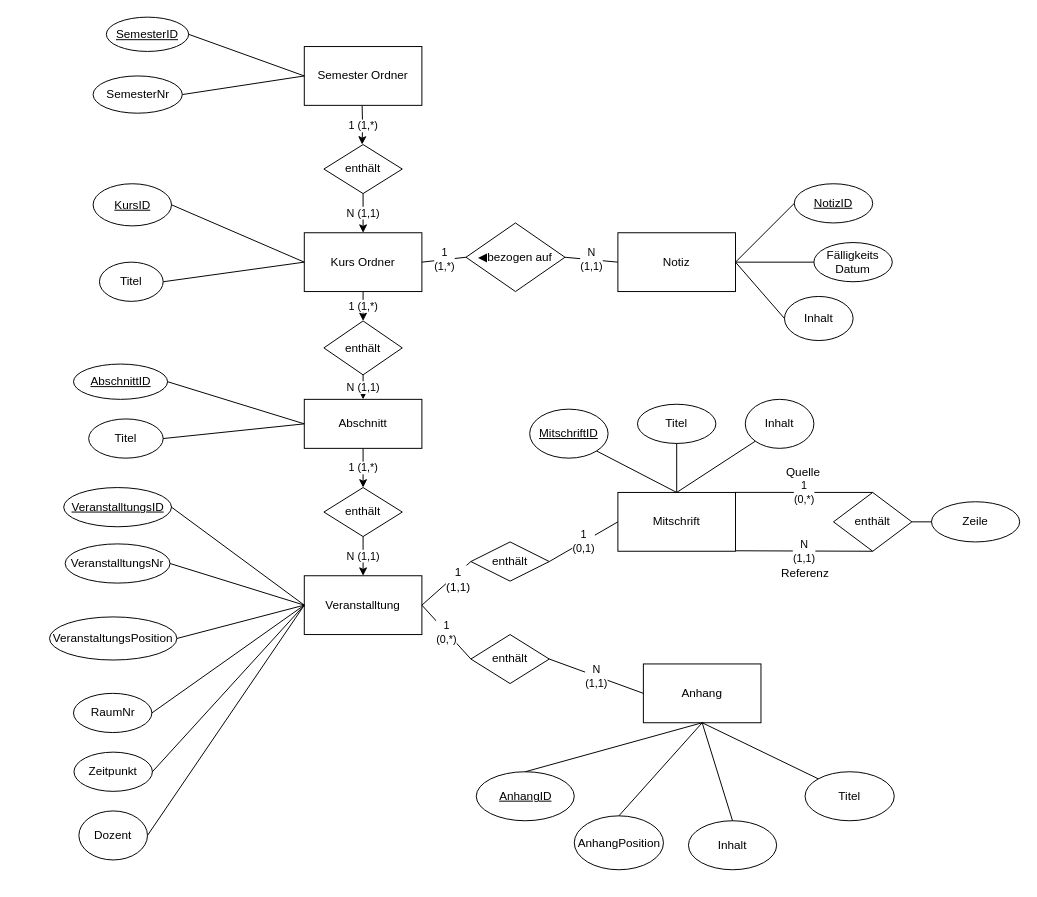
Earlier version of the draw.io diagram todayERD.drawio (jdsee/today). Source tidied: cells renumbered, new cells numbered last; positions are measured from the earlier drawing's top-left corner, leaving out a move shared by most shapes. Both pictures are drawn from the tidied source at 98%, with x=0, y=0 at pixel (49, 17).
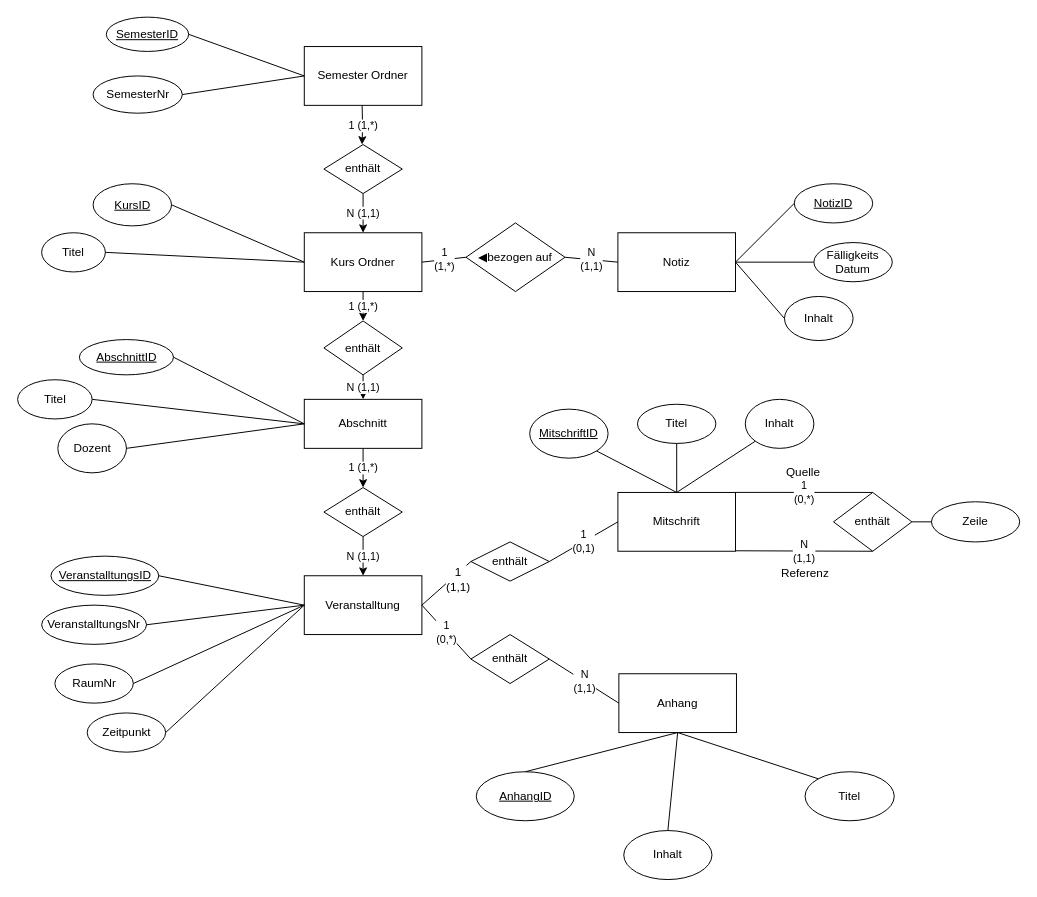
Above is the later version.

Unchanged cells that the change refers to:
```xml
<mxCell id="9" value="Abschnitt" style="rounded=0;whiteSpace=wrap;html=1;" parent="1" vertex="1">
  <mxGeometry x="260" y="390" width="120" height="50" as="geometry" />
</mxCell>
<mxCell id="13" value="Veranstalltung" style="rounded=0;whiteSpace=wrap;html=1;" parent="1" vertex="1">
  <mxGeometry x="260" y="570" width="120" height="60" as="geometry" />
</mxCell>
```

The edit, as a diff of the source:
```diff
@@
     <mxCell id="14" value="Anhang" style="rounded=0;whiteSpace=wrap;html=1;" parent="1" vertex="1">
-      <mxGeometry x="606" y="660" width="120" height="60" as="geometry" />
+      <mxGeometry x="581" y="670" width="120" height="60" as="geometry" />
     </mxCell>
@@
     <mxCell id="18" value="RaumNr" style="ellipse;whiteSpace=wrap;html=1;" parent="1" vertex="1">
-      <mxGeometry x="24.5" y="690" width="80" height="40" as="geometry" />
+      <mxGeometry x="5.5" y="660" width="80" height="40" as="geometry" />
     </mxCell>
@@
     <mxCell id="20" value="Zeitpunkt" style="ellipse;whiteSpace=wrap;html=1;" parent="1" vertex="1">
-      <mxGeometry x="25" y="750" width="80" height="40" as="geometry" />
+      <mxGeometry x="38.5" y="710" width="80" height="40" as="geometry" />
     </mxCell>
@@
     <mxCell id="22" value="Dozent" style="ellipse;whiteSpace=wrap;html=1;" parent="1" vertex="1">
-      <mxGeometry x="30" y="810" width="70" height="50" as="geometry" />
+      <mxGeometry x="8.5" y="415" width="70" height="50" as="geometry" />
     </mxCell>
-    <mxCell id="23" style="endArrow=none;html=1;exitX=1;exitY=0.5;exitDx=0;exitDy=0;entryX=0;entryY=0.5;entryDx=0;entryDy=0;" parent="1" edge="1" source="22" target="13">
+    <mxCell id="23" style="endArrow=none;html=1;exitX=1;exitY=0.5;exitDx=0;exitDy=0;entryX=0;entryY=0.5;entryDx=0;entryDy=0;" parent="1" edge="1" source="22" target="9">
       <mxGeometry relative="1" as="geometry" />
     </mxCell>
     <mxCell id="24" value="&lt;u&gt;VeranstalltungsID&lt;/u&gt;" style="ellipse;whiteSpace=wrap;html=1;" parent="1" vertex="1">
-      <mxGeometry x="14.5" y="480" width="110" height="40" as="geometry" />
+      <mxGeometry x="1.5" y="550" width="110" height="40" as="geometry" />
     </mxCell>
@@
     <mxCell id="28" value="Titel" style="ellipse;whiteSpace=wrap;html=1;" parent="1" vertex="1">
-      <mxGeometry x="51" y="250" width="65" height="40" as="geometry" />
+      <mxGeometry x="-8" y="220" width="65" height="40" as="geometry" />
     </mxCell>
@@
     <mxCell id="57" value="Inhalt" style="ellipse;whiteSpace=wrap;html=1;" parent="1" vertex="1">
-      <mxGeometry x="652" y="820" width="90" height="50" as="geometry" />
+      <mxGeometry x="586" y="830" width="90" height="50" as="geometry" />
     </mxCell>
@@
     <mxCell id="65" value="Titel" style="ellipse;whiteSpace=wrap;html=1;" parent="1" vertex="1">
-      <mxGeometry x="40" y="410" width="76" height="40" as="geometry" />
+      <mxGeometry x="-32.5" y="370" width="76" height="40" as="geometry" />
     </mxCell>
     <mxCell id="66" value="&lt;u&gt;AbschnittID&lt;/u&gt;" style="ellipse;whiteSpace=wrap;html=1;" parent="1" vertex="1">
-      <mxGeometry x="24.5" y="354" width="96" height="36" as="geometry" />
+      <mxGeometry x="30.5" y="329" width="96" height="36" as="geometry" />
     </mxCell>
@@
     <mxCell id="71" value="VeranstalltungsNr" style="ellipse;whiteSpace=wrap;html=1;" parent="1" vertex="1">
-      <mxGeometry x="16" y="537.5" width="107" height="40" as="geometry" />
+      <mxGeometry x="-8" y="600" width="107" height="40" as="geometry" />
     </mxCell>
@@
-    <mxCell id="73" value="AnhangPosition" style="ellipse;whiteSpace=wrap;html=1;" parent="1" vertex="1">
-      <mxGeometry x="535.5" y="815" width="91" height="55" as="geometry" />
-    </mxCell>
-    <mxCell id="74" style="endArrow=none;html=1;exitX=0.5;exitY=1;exitDx=0;exitDy=0;entryX=0.5;entryY=0;entryDx=0;entryDy=0;" parent="1" edge="1" source="14" target="73">
-      <mxGeometry relative="1" as="geometry" />
-    </mxCell>
@@
-    <mxCell id="77" value="VeranstaltungsPosition" style="ellipse;whiteSpace=wrap;html=1;" parent="1" vertex="1">
-      <mxGeometry y="612" width="130" height="44" as="geometry" />
-    </mxCell>
-    <mxCell id="78" style="endArrow=none;html=1;entryX=0;entryY=0.5;entryDx=0;entryDy=0;exitX=1;exitY=0.5;exitDx=0;exitDy=0;" parent="1" edge="1" source="77" target="13">
-      <mxGeometry relative="1" as="geometry" />
-    </mxCell>
```
